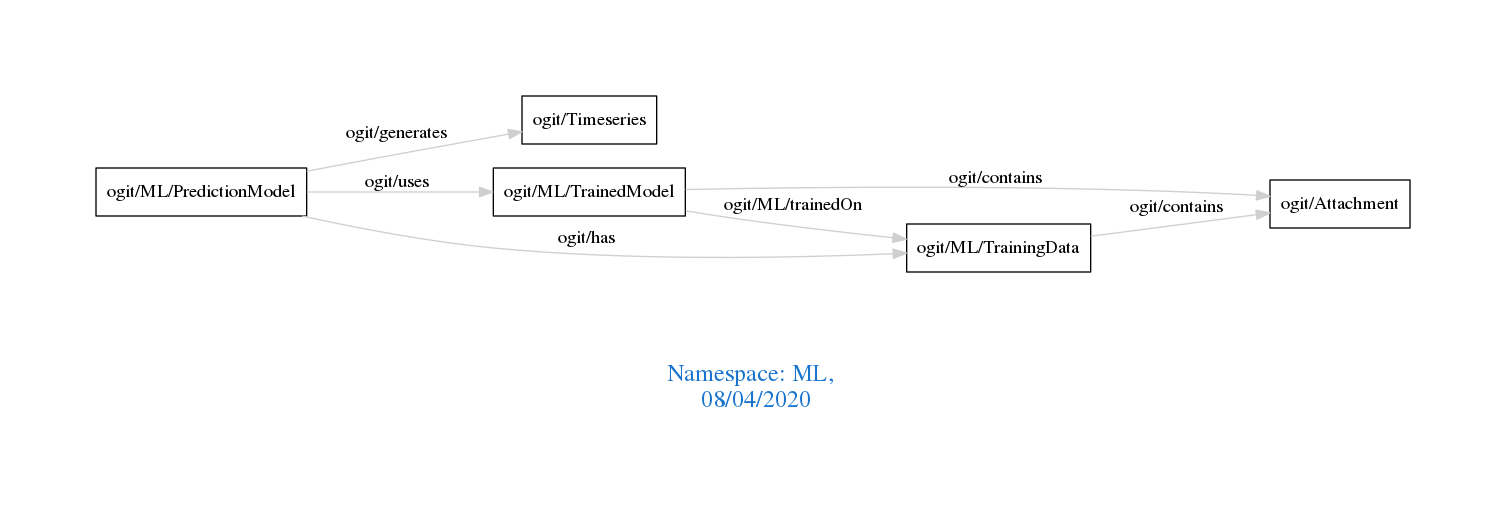
Before: downloads/ML.png, a diagram exported from Graphviz (arago/OGIT). Its source is kept beside it as downloads/ML.dot.
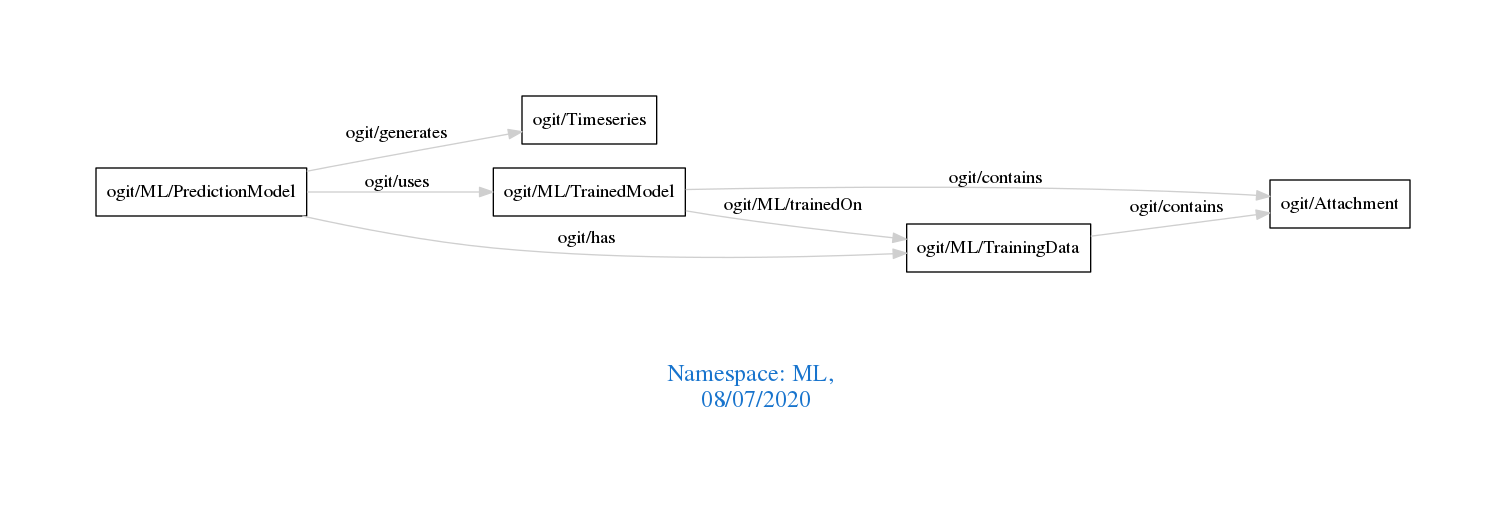
Above is the later version.

Change to the diagram source:
```diff
@@ -1,7 +1,7 @@
 digraph OGIT_ontology {
  graph [ rankdir= LR,pad=1
 fontsize = 18,
-fontcolor= dodgerblue3,label = "\n\n\nNamespace: ML, \n 08/04/2020"];
+fontcolor= dodgerblue3,label = "\n\n\nNamespace: ML, \n 08/07/2020"];
 node[shape=polygon];
 edge [  color="gray81"];
 
```
